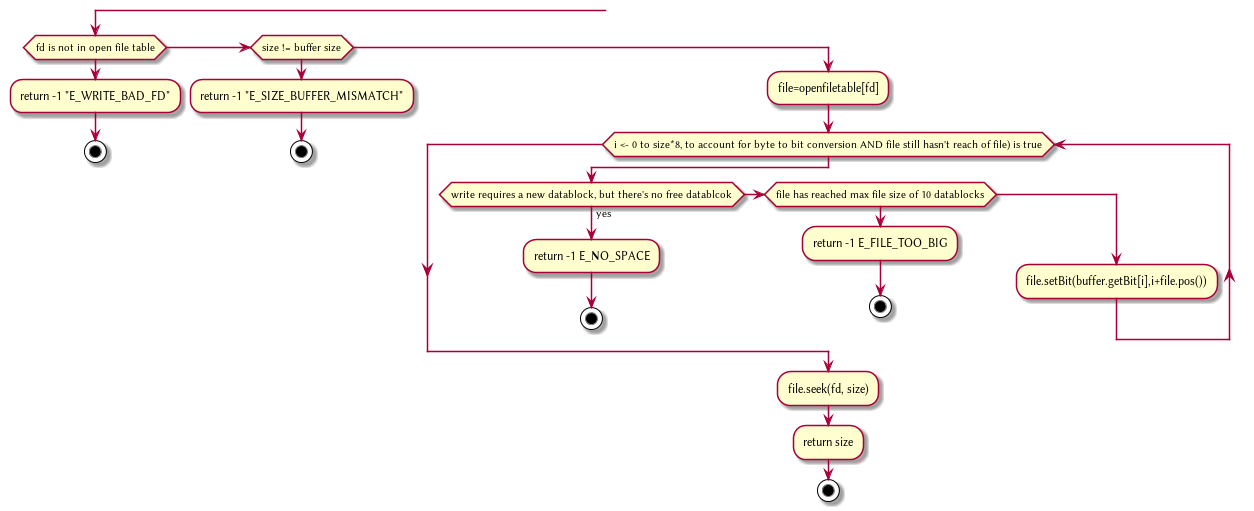
Before: Plant/FileWrite.png, a diagram exported from PlantUML (HawaiinPizza/CIS-450-final-project).
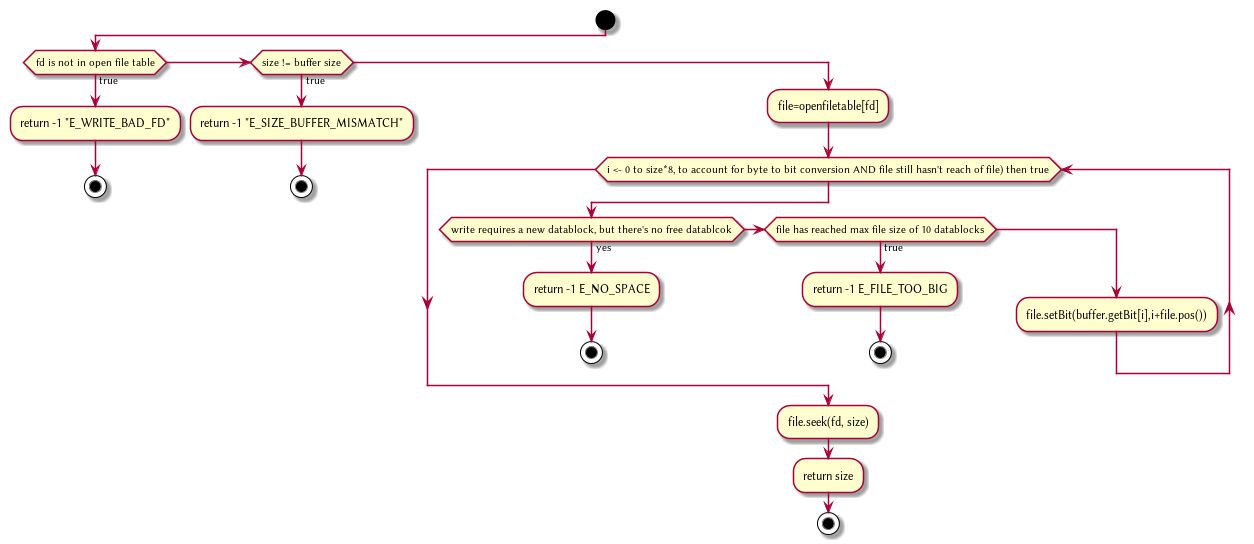
After the change.

What changed in the source:
```diff
@@ -1,17 +1,18 @@
 @startuml
-   if(fd is not in open file table)
+start
+   if(fd is not in open file table) then (true)
 	   :return -1 "E_WRITE_BAD_FD";
 	   stop
-   elseif (size != buffer size)
+   elseif (size != buffer size)  then (true)
 	   :return -1 "E_SIZE_BUFFER_MISMATCH";
 	   stop
    else
 	   :file=openfiletable[fd];
-	   while (i <- 0 to size*8, to account for byte to bit conversion AND file still hasn't reach of file) is true)
+	   while (i <- 0 to size*8, to account for byte to bit conversion AND file still hasn't reach of file) then true)
 		   if(write requires a new datablock, but there's no free datablcok) then (yes)
 			   :return -1 E_NO_SPACE;
 			   stop
-		   elseif (file has reached max file size of 10 datablocks)
+		   elseif (file has reached max file size of 10 datablocks) then (true)
 			   :return -1 E_FILE_TOO_BIG;
 			   stop
 		   else
```
